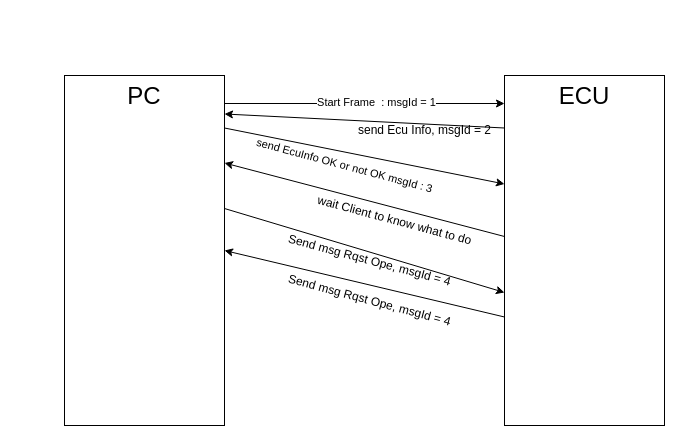
The draw.io diagram page "Exchange_ActSnsDiagSrv" (3 of 4) of src/3_APP/APP_CTRL/APP_UDS/Doc/Design/Design_AppUdsV0.drawio in mbarbeau0545/Embedded_Common, before the edit. Source tidied: cells renumbered, new cells numbered last; positions are measured from the earlier drawing's top-left corner, leaving out a move shared by most shapes. Both pictures are drawn from the tidied source at 100%, with x=0, y=0 at pixel (64, 75).
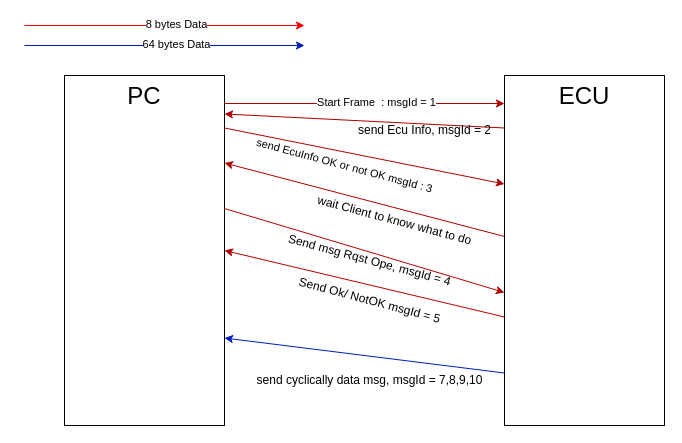
The same page after the edit.

The change refers to these unchanged cells:
```xml
<mxCell id="2" value="PC" style="rounded=0;whiteSpace=wrap;html=1;verticalAlign=top;fontSize=24;points=[[0,0,0,0,0],[0,0.25,0,0,0],[0,0.5,0,0,0],[0,0.75,0,0,0],[0,1,0,0,0],[0.25,0,0,0,0],[0.25,1,0,0,0],[0.5,0,0,0,0],[0.5,1,0,0,0],[0.75,0,0,0,0],[0.75,1,0,0,0],[1,0,0,0,0],[1,0.08,0,0,0],[1,0.11,0,0,0],[1,0.13,0,0,0],[1,0.15,0,0,0],[1,0.22,0,0,0],[1,0.23,0,0,0],[1,0.25,0,0,0],[1,0.31,0,0,0],[1,0.33,0,0,0],[1,0.38,0,0,0],[1,0.44,0,0,0],[1,0.46,0,0,0],[1,0.5,0,0,0],[1,0.54,0,0,0],[1,0.56,0,0,0],[1,0.62,0,0,0],[1,0.63,0,0,0],[1,0.67,0,0,0],[1,0.69,0,0,0],[1,0.75,0,0,0],[1,0.77,0,0,0],[1,0.78,0,0,0],[1,0.85,0,0,0],[1,0.88,0,0,0],[1,0.89,0,0,0],[1,0.92,0,0,0],[1,1,0,0,0]];" parent="1" vertex="1">
  <mxGeometry width="160" height="350" as="geometry" />
</mxCell>
<mxCell id="3" value="ECU" style="rounded=0;whiteSpace=wrap;html=1;verticalAlign=top;fontSize=24;points=[[0,0,0,0,0],[0,0.08,0,0,0],[0,0.15,0,0,0],[0,0.23,0,0,0],[0,0.25,0,0,0],[0,0.31,0,0,0],[0,0.38,0,0,0],[0,0.46,0,0,0],[0,0.5,0,0,0],[0,0.54,0,0,0],[0,0.62,0,0,0],[0,0.69,0,0,0],[0,0.75,0,0,0],[0,0.77,0,0,0],[0,0.85,0,0,0],[0,0.92,0,0,0],[0,1,0,0,0],[0.25,0,0,0,0],[0.25,1,0,0,0],[0.5,0,0,0,0],[0.5,1,0,0,0],[0.75,0,0,0,0],[0.75,1,0,0,0],[1,0,0,0,0],[1,0.25,0,0,0],[1,0.5,0,0,0],[1,0.75,0,0,0],[1,1,0,0,0]];" parent="1" vertex="1">
  <mxGeometry x="440" width="160" height="350" as="geometry" />
</mxCell>
```

The edit, as a diff of the source:
```diff
@@
-    <mxCell id="4" style="edgeStyle=orthogonalEdgeStyle;rounded=0;jettySize=auto;html=1;exitX=1;exitY=0.08;exitDx=0;exitDy=0;exitPerimeter=0;entryX=0;entryY=0.08;entryDx=0;entryDy=0;entryPerimeter=0;" parent="1" edge="1" source="2" target="3">
+    <mxCell id="4" style="edgeStyle=orthogonalEdgeStyle;rounded=0;jettySize=auto;html=1;exitX=1;exitY=0.08;exitDx=0;exitDy=0;exitPerimeter=0;entryX=0;entryY=0.08;entryDx=0;entryDy=0;entryPerimeter=0;fillColor=#e51400;strokeColor=#B20000;" parent="1" edge="1" source="2" target="3">
       <mxGeometry relative="1" as="geometry" />
     </mxCell>
@@
-    <mxCell id="6" style="edgeStyle=none;rounded=0;jettySize=auto;html=1;exitX=0;exitY=0.15;exitDx=0;exitDy=0;exitPerimeter=0;entryX=1;entryY=0.11;entryDx=0;entryDy=0;entryPerimeter=0;" parent="1" edge="1" source="3" target="2">
+    <mxCell id="6" style="edgeStyle=none;rounded=0;jettySize=auto;html=1;exitX=0;exitY=0.15;exitDx=0;exitDy=0;exitPerimeter=0;entryX=1;entryY=0.11;entryDx=0;entryDy=0;entryPerimeter=0;fillColor=#e51400;strokeColor=#B20000;" parent="1" edge="1" source="3" target="2">
       <mxGeometry relative="1" as="geometry" />
     </mxCell>
@@
-    <mxCell id="8" style="edgeStyle=none;rounded=0;jettySize=auto;html=1;exitX=1;exitY=0.15;exitDx=0;exitDy=0;exitPerimeter=0;entryX=0;entryY=0.31;entryDx=0;entryDy=0;entryPerimeter=0;" parent="1" edge="1" source="2" target="3">
+    <mxCell id="8" style="edgeStyle=none;rounded=0;jettySize=auto;html=1;exitX=1;exitY=0.15;exitDx=0;exitDy=0;exitPerimeter=0;entryX=0;entryY=0.31;entryDx=0;entryDy=0;entryPerimeter=0;fillColor=#e51400;strokeColor=#B20000;" parent="1" edge="1" source="2" target="3">
       <mxGeometry relative="1" as="geometry" />
     </mxCell>
@@
-    <mxCell id="10" style="edgeStyle=none;rounded=0;jettySize=auto;html=1;exitX=0;exitY=0.46;exitDx=0;exitDy=0;exitPerimeter=0;entryX=1;entryY=0.25;entryDx=0;entryDy=0;entryPerimeter=0;" parent="1" edge="1" source="3" target="2">
+    <mxCell id="10" style="edgeStyle=none;rounded=0;jettySize=auto;html=1;exitX=0;exitY=0.46;exitDx=0;exitDy=0;exitPerimeter=0;entryX=1;entryY=0.25;entryDx=0;entryDy=0;entryPerimeter=0;fillColor=#e51400;strokeColor=#B20000;" parent="1" edge="1" source="3" target="2">
       <mxGeometry relative="1" as="geometry" />
     </mxCell>
@@
-    <mxCell id="12" style="edgeStyle=none;rounded=0;jettySize=auto;html=1;exitX=1;exitY=0.38;exitDx=0;exitDy=0;exitPerimeter=0;entryX=0;entryY=0.62;entryDx=0;entryDy=0;entryPerimeter=0;" parent="1" edge="1" source="2" target="3">
+    <mxCell id="12" style="edgeStyle=none;rounded=0;jettySize=auto;html=1;exitX=1;exitY=0.38;exitDx=0;exitDy=0;exitPerimeter=0;entryX=0;entryY=0.62;entryDx=0;entryDy=0;entryPerimeter=0;fillColor=#e51400;strokeColor=#B20000;" parent="1" edge="1" source="2" target="3">
       <mxGeometry relative="1" as="geometry" />
     </mxCell>
@@
-    <mxCell id="14" style="edgeStyle=none;rounded=0;jettySize=auto;html=1;exitX=0;exitY=0.69;exitDx=0;exitDy=0;exitPerimeter=0;entryX=1;entryY=0.5;entryDx=0;entryDy=0;entryPerimeter=0;" parent="1" edge="1" source="3" target="2">
+    <mxCell id="14" style="edgeStyle=none;rounded=0;jettySize=auto;html=1;exitX=0;exitY=0.69;exitDx=0;exitDy=0;exitPerimeter=0;entryX=1;entryY=0.5;entryDx=0;entryDy=0;entryPerimeter=0;fillColor=#e51400;strokeColor=#B20000;" parent="1" edge="1" source="3" target="2">
       <mxGeometry relative="1" as="geometry" />
     </mxCell>
-    <mxCell id="15" value="Send msg Rqst Ope, msgId = 4" style="text;html=1;align=center;verticalAlign=middle;strokeColor=none;fillColor=none;rotation=15;" parent="1" vertex="1">
-      <mxGeometry x="210" y="210" width="190" height="30" as="geometry" />
+    <mxCell id="15" value="Send Ok/ NotOK msgId = 5" style="text;html=1;align=center;verticalAlign=middle;strokeColor=none;fillColor=none;rotation=15;" parent="1" vertex="1">
+      <mxGeometry x="220" y="210" width="170" height="30" as="geometry" />
     </mxCell>
+    <mxCell id="16" style="edgeStyle=none;rounded=0;jettySize=auto;html=1;exitX=0;exitY=0.85;exitDx=0;exitDy=0;exitPerimeter=0;entryX=1;entryY=0.75;entryDx=0;entryDy=0;entryPerimeter=0;fillColor=#0050ef;strokeColor=#001DBC;" parent="1" edge="1" source="3" target="2">
+      <mxGeometry relative="1" as="geometry" />
+    </mxCell>
+    <mxCell id="17" value="send cyclically data msg, msgId = 7,8,9,10" style="text;html=1;align=center;verticalAlign=middle;strokeColor=none;fillColor=none;rotation=0;" parent="1" vertex="1">
+      <mxGeometry x="180" y="290" width="250" height="30" as="geometry" />
+    </mxCell>
+    <mxCell id="18" style="edgeStyle=orthogonalEdgeStyle;rounded=0;orthogonalLoop=1;jettySize=auto;html=1;exitX=1;exitY=0.08;exitDx=0;exitDy=0;exitPerimeter=0;entryX=0;entryY=0.08;entryDx=0;entryDy=0;entryPerimeter=0;fontColor=#FF0000;strokeColor=#FF0000;" parent="1" edge="1">
+      <mxGeometry relative="1" as="geometry">
+        <mxPoint x="-40" y="-50" as="sourcePoint" />
+        <mxPoint x="240" y="-50" as="targetPoint" />
+      </mxGeometry>
+    </mxCell>
+    <mxCell id="19" value="8 bytes Data" style="edgeLabel;html=1;align=center;verticalAlign=middle;" parent="18" vertex="1">
+      <mxGeometry x="-0.65" y="2" relative="1" as="geometry">
+        <mxPoint x="102" as="offset" />
+      </mxGeometry>
+    </mxCell>
+    <mxCell id="20" style="edgeStyle=orthogonalEdgeStyle;rounded=0;orthogonalLoop=1;jettySize=auto;html=1;exitX=1;exitY=0.08;exitDx=0;exitDy=0;exitPerimeter=0;entryX=0;entryY=0.08;entryDx=0;entryDy=0;entryPerimeter=0;fontColor=#FF0000;strokeColor=#001DBC;fillColor=#0050ef;" parent="1" edge="1">
+      <mxGeometry relative="1" as="geometry">
+        <mxPoint x="-40" y="-30" as="sourcePoint" />
+        <mxPoint x="240" y="-30" as="targetPoint" />
+      </mxGeometry>
+    </mxCell>
+    <mxCell id="21" value="64 bytes Data" style="edgeLabel;html=1;align=center;verticalAlign=middle;" parent="20" vertex="1">
+      <mxGeometry x="-0.65" y="2" relative="1" as="geometry">
+        <mxPoint x="102" as="offset" />
+      </mxGeometry>
+    </mxCell>
```
